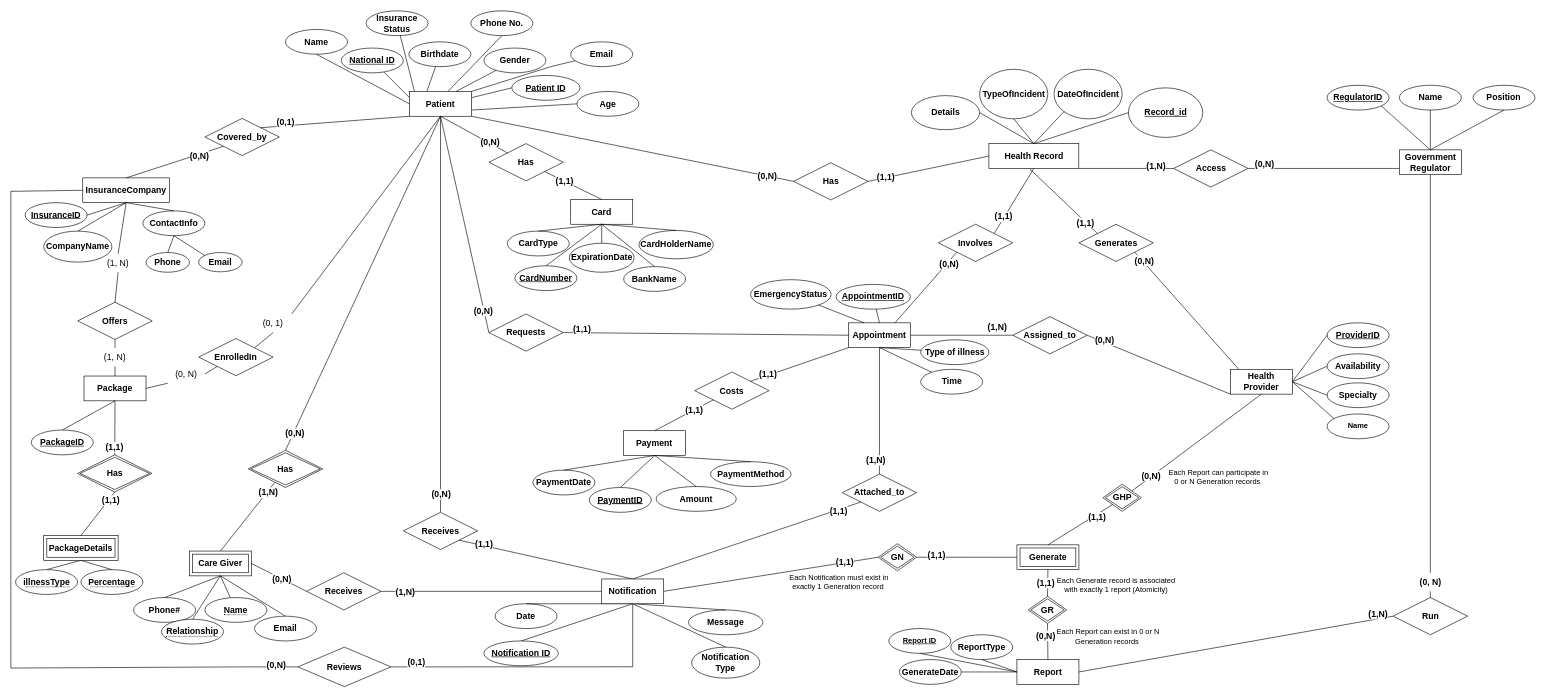
Before: Database/Phase#1/ERD.drawio in MohamedMostafa259/Health-Information-Network, a draw.io diagram. Source tidied: cells renumbered, new cells numbered last; positions are measured from the earlier drawing's top-left corner, leaving out a move shared by most shapes. Both pictures are drawn from the tidied source at 62%, with x=0, y=0 at pixel (11, 11).
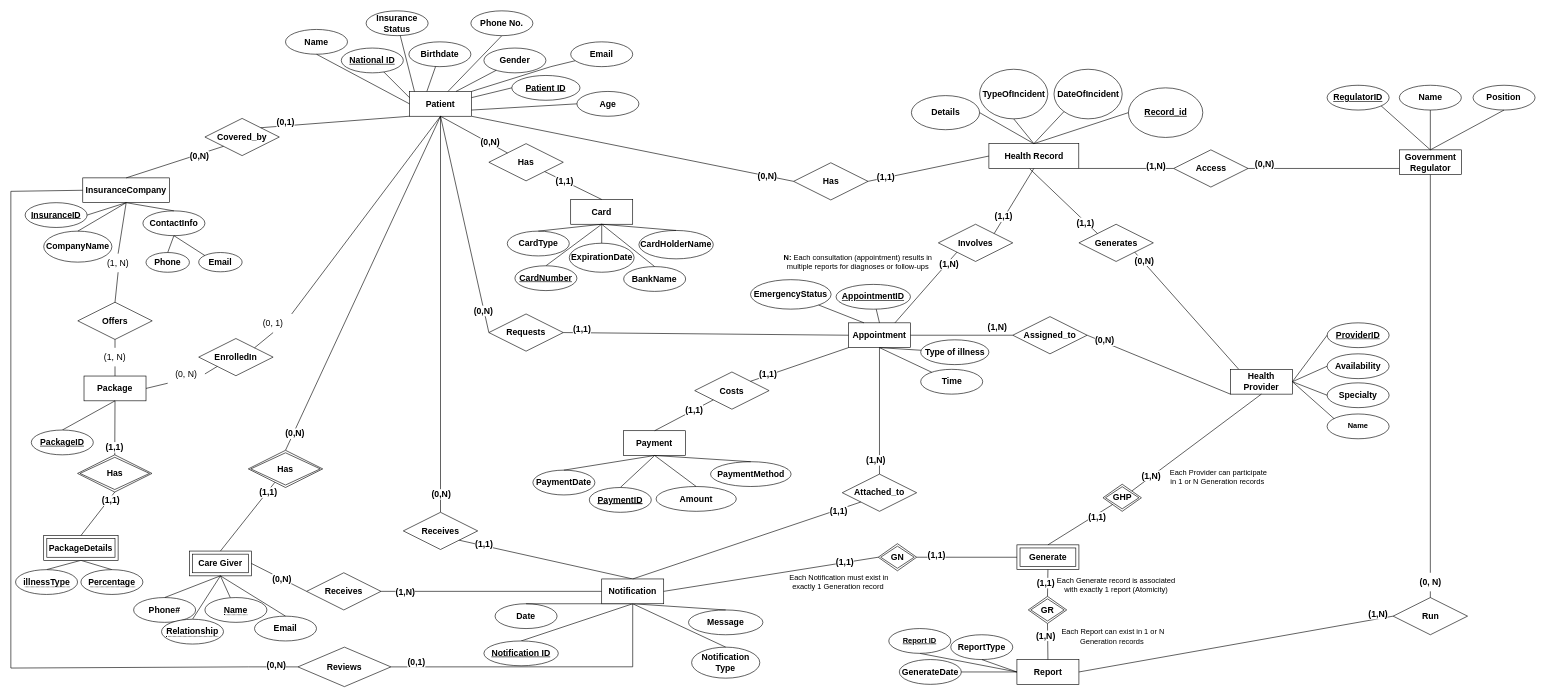
The same diagram, later.

Unchanged cells that the change refers to:
```xml
<mxCell id="87" style="endArrow=none;html=1;rounded=0;exitX=0.5;exitY=0;exitDx=0;exitDy=0;fontStyle=1;fontSize=14;" parent="1" edge="1" source="39" target="132">
  <mxGeometry relative="1" as="geometry" />
</mxCell>
<mxCell id="118" style="endArrow=none;html=1;rounded=0;exitX=0.75;exitY=0;exitDx=0;exitDy=0;entryX=0;entryY=1;entryDx=0;entryDy=0;fontStyle=1;fontSize=14;" parent="1" edge="1" source="15" target="115">
  <mxGeometry relative="1" as="geometry" />
</mxCell>
```

What changed in the source:
```diff
@@
-    <mxCell id="88" value="&lt;span style=&quot;font-size: 14px;&quot;&gt;(1,N)&lt;/span&gt;" style="edgeLabel;html=1;align=center;verticalAlign=middle;fontStyle=1;fontSize=14;" parent="87" vertex="1">
+    <mxCell id="88" value="&lt;span style=&quot;font-size: 14px;&quot;&gt;(1,1)&lt;/span&gt;" style="edgeLabel;html=1;align=center;verticalAlign=middle;fontStyle=1;fontSize=14;" parent="87" vertex="1">
       <mxGeometry x="0.72" y="-1" relative="1" as="geometry" />
     </mxCell>
@@
-    <mxCell id="119" value="&lt;strong style=&quot;font-size: 14px;&quot;&gt;(0,N)&lt;/strong&gt;" style="edgeLabel;html=1;align=center;verticalAlign=middle;fontStyle=1;fontSize=14;" parent="118" vertex="1">
+    <mxCell id="119" value="&lt;strong style=&quot;font-size: 14px;&quot;&gt;(1,N)&lt;/strong&gt;" style="edgeLabel;html=1;align=center;verticalAlign=middle;fontStyle=1;fontSize=14;" parent="118" vertex="1">
       <mxGeometry x="0.58" y="2" relative="1" as="geometry">
         <mxPoint x="9" y="-3" as="offset" />
       </mxGeometry>
     </mxCell>
@@
-    <mxCell id="133" value="&lt;strong style=&quot;font-size: 14px;&quot;&gt;(0,N)&lt;/strong&gt;" style="edgeLabel;html=1;align=center;verticalAlign=middle;fontStyle=1;fontSize=14;" parent="1" vertex="1">
+    <mxCell id="133" value="&lt;strong style=&quot;font-size: 14px;&quot;&gt;(1,N)&lt;/strong&gt;" style="edgeLabel;html=1;align=center;verticalAlign=middle;fontStyle=1;fontSize=14;" parent="1" vertex="1">
       <mxGeometry x="1567.5" y="1021.3" as="geometry">
         <mxPoint x="101" y="-14" as="offset" />
       </mxGeometry>
     </mxCell>
@@
-    <mxCell id="153" value="&lt;strong style=&quot;font-size: 14px;&quot;&gt;(0,N)&lt;/strong&gt;" style="edgeLabel;html=1;align=center;verticalAlign=middle;fontStyle=1;fontSize=14;" parent="1" vertex="1">
+    <mxCell id="153" value="&lt;strong style=&quot;font-size: 14px;&quot;&gt;(1,N)&lt;/strong&gt;" style="edgeLabel;html=1;align=center;verticalAlign=middle;fontStyle=1;fontSize=14;" parent="1" vertex="1">
       <mxGeometry x="1737.5" y="763.4" as="geometry">
         <mxPoint x="101" y="-14" as="offset" />
       </mxGeometry>
     </mxCell>
@@
-    <mxCell id="234" value="Each Report can exist in 0 or N Generation records&amp;nbsp;" style="text;html=1;align=center;verticalAlign=middle;whiteSpace=wrap;rounded=0;" parent="1" vertex="1">
-      <mxGeometry x="1684.5" y="992.5" width="170" height="33.7" as="geometry" />
+    <mxCell id="234" value="Each Report can exist in 1 or N Generation records&amp;nbsp;" style="text;html=1;align=center;verticalAlign=middle;whiteSpace=wrap;rounded=0;" parent="1" vertex="1">
+      <mxGeometry x="1693" y="987.5" width="170" height="42.5" as="geometry" />
     </mxCell>
@@
-    <mxCell id="236" value="Each Report can participate in 0 or N Generation records&amp;nbsp;" style="text;html=1;align=center;verticalAlign=middle;whiteSpace=wrap;rounded=0;" parent="1" vertex="1">
+    <mxCell id="236" value="Each Provider can participate in 1 or N Generation records&amp;nbsp;" style="text;html=1;align=center;verticalAlign=middle;whiteSpace=wrap;rounded=0;" parent="1" vertex="1">
       <mxGeometry x="1863" y="737.2" width="170" height="30" as="geometry" />
     </mxCell>
+    <mxCell id="237" value="&lt;b&gt;N:&lt;/b&gt; Each consultation (appointment) results in multiple reports for diagnoses or follow-ups" style="text;html=1;align=center;verticalAlign=middle;whiteSpace=wrap;rounded=0;" parent="1" vertex="1">
+      <mxGeometry x="1243" y="389.8" width="247" height="30" as="geometry" />
+    </mxCell>
```
